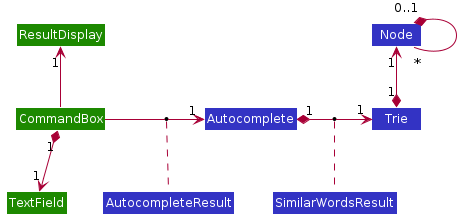
Before: docs/images/CommandAutocompleteClassDiagram.png, a diagram exported from PlantUML (nus-cs2103-AY1920S2/addressbook-level3). The source it was exported from:
```plantuml
@startuml








skinparam BackgroundColor #FFFFFFF

skinparam Shadowing false

skinparam Class {
    FontColor #FFFFFF
    BorderThickness 1
    BorderColor #FFFFFF
    StereotypeFontColor #FFFFFF
    FontName Arial
}

skinparam Actor {
    BorderColor #000000
    Color #000000
    FontName Arial
}

skinparam Sequence {
    MessageAlign center
    BoxFontSize 15
    BoxPadding 0
    BoxFontColor #FFFFFF
    FontName Arial
}

skinparam Participant {
    FontColor #FFFFFFF
    Padding 20
}

skinparam MinClassWidth 50
skinparam ParticipantPadding 10
skinparam Shadowing false
skinparam DefaultTextAlignment center
skinparam packageStyle Rectangle

hide footbox
hide members
hide circle

Class CommandBox #1D8900
Class TextField #1D8900
Class ResultDisplay #1D8900
Class Autocomplete #3333C4
Class Trie #3333C4
Class Node #3333C4
Class SimilarWordsResult #3333C4
Class AutocompleteResult #3333C4

CommandBox "1" *-down-> "1" TextField
CommandBox -up-> "1" ResultDisplay
CommandBox -right-> "1" Autocomplete
(CommandBox, Autocomplete) .. AutocompleteResult
Autocomplete "1" *-right-> "1" Trie
(Autocomplete, Trie) .. SimilarWordsResult
Trie "1" *-up-> "1" Node
Node "0..1" *-- "*" Node

@enduml
```
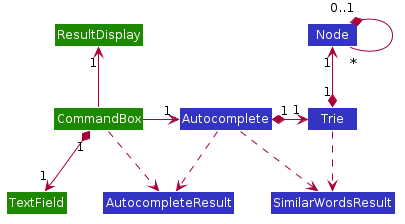
After the change.

Commit message:
Fix autocomplete uml

What changed in the source:
```diff
@@ -60,9 +60,11 @@
 CommandBox "1" *-down-> "1" TextField
 CommandBox -up-> "1" ResultDisplay
 CommandBox -right-> "1" Autocomplete
-(CommandBox, Autocomplete) .. AutocompleteResult
+Trie ..> SimilarWordsResult
+Autocomplete ..> SimilarWordsResult
+Autocomplete ..>  AutocompleteResult
+CommandBox ..> AutocompleteResult
 Autocomplete "1" *-right-> "1" Trie
-(Autocomplete, Trie) .. SimilarWordsResult
 Trie "1" *-up-> "1" Node
 Node "0..1" *-- "*" Node
 
```
